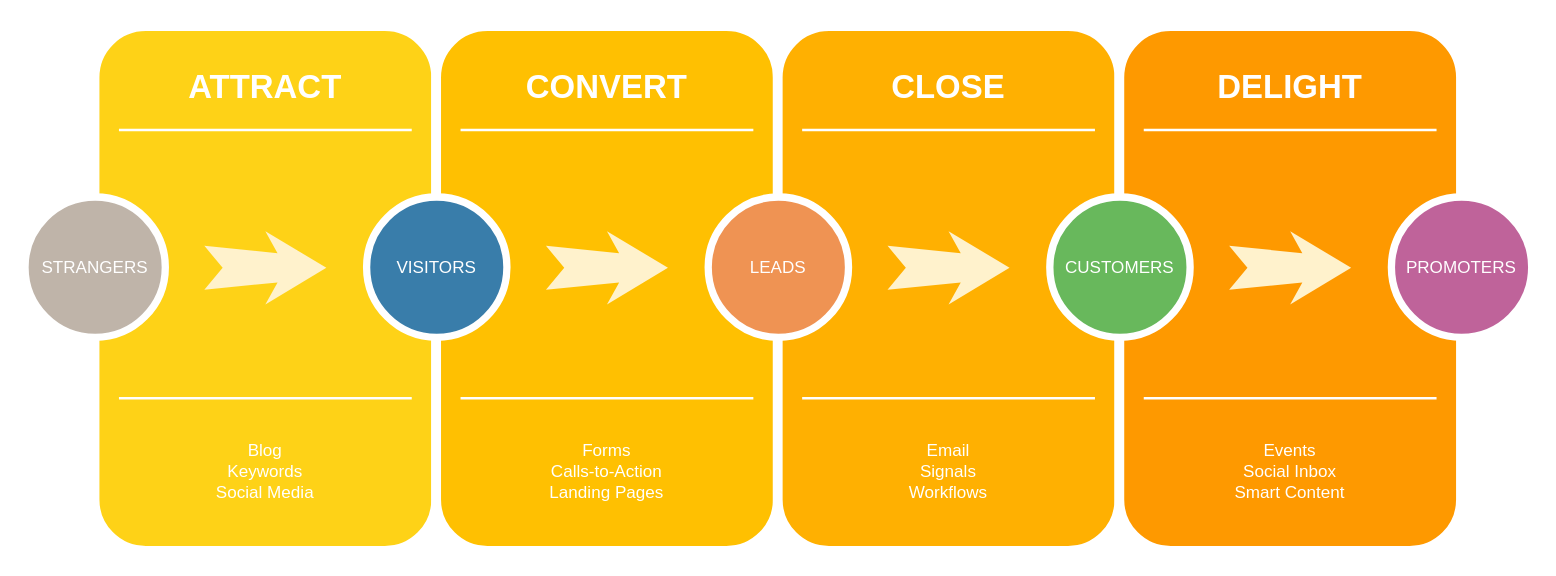
The draw.io diagram page "业务监控" (2 of 4) of 监控平台.drawio in wuyongfeng/wuyongfeng, before the edit. Source tidied: cells renumbered, new cells numbered last; positions are measured from the earlier drawing's top-left corner, leaving out a move shared by most shapes. Both pictures are drawn from the tidied source at 122%, with x=0, y=0 at pixel (24, 26).
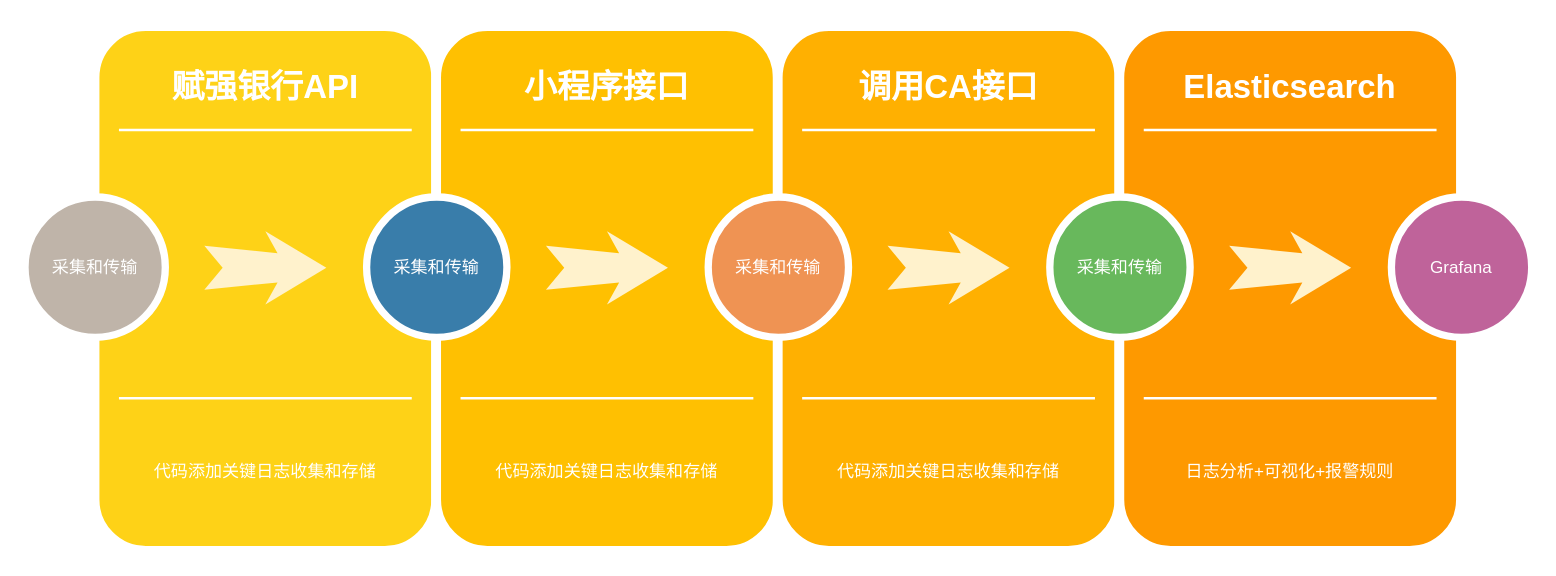
Above is the later version.

The edit, as a diff of the source:
```diff
@@
-    <mxCell id="3" value="ATTRACT" style="text;html=1;strokeColor=none;fillColor=none;align=center;verticalAlign=middle;whiteSpace=wrap;rounded=0;shadow=0;fontSize=27;fontColor=#FFFFFF;fontStyle=1;" parent="1" vertex="1">
+    <mxCell id="3" value="赋强银行API" style="text;html=1;strokeColor=none;fillColor=none;align=center;verticalAlign=middle;whiteSpace=wrap;rounded=0;shadow=0;fontSize=27;fontColor=#FFFFFF;fontStyle=1;" parent="1" vertex="1">
       <mxGeometry x="57" y="20" width="280" height="60" as="geometry" />
     </mxCell>
-    <mxCell id="4" value="Blog&lt;div&gt;Keywords&lt;/div&gt;&lt;div&gt;Social Media&lt;/div&gt;" style="text;html=1;strokeColor=none;fillColor=none;align=center;verticalAlign=middle;whiteSpace=wrap;rounded=0;shadow=0;fontSize=14;fontColor=#FFFFFF;" parent="1" vertex="1">
+    <mxCell id="4" value="&lt;div&gt;代码添加关键日志收集和存储&lt;/div&gt;" style="text;html=1;strokeColor=none;fillColor=none;align=center;verticalAlign=middle;whiteSpace=wrap;rounded=0;shadow=0;fontSize=14;fontColor=#FFFFFF;" parent="1" vertex="1">
       <mxGeometry x="57" y="320" width="280" height="90" as="geometry" />
     </mxCell>
@@
-    <mxCell id="7" value="STRANGERS" style="ellipse;whiteSpace=wrap;html=1;rounded=0;shadow=0;strokeWidth=6;fontSize=14;align=center;fillColor=#BFB4A9;strokeColor=#FFFFFF;fontColor=#FFFFFF;" parent="1" vertex="1">
+    <mxCell id="7" value="采集和传输" style="ellipse;whiteSpace=wrap;html=1;rounded=0;shadow=0;strokeWidth=6;fontSize=14;align=center;fillColor=#BFB4A9;strokeColor=#FFFFFF;fontColor=#FFFFFF;" parent="1" vertex="1">
       <mxGeometry y="140" width="115" height="115" as="geometry" />
     </mxCell>
@@
-    <mxCell id="10" value="CONVERT" style="text;html=1;strokeColor=none;fillColor=none;align=center;verticalAlign=middle;whiteSpace=wrap;rounded=0;shadow=0;fontSize=27;fontColor=#FFFFFF;fontStyle=1;" parent="1" vertex="1">
+    <mxCell id="10" value="小程序接口" style="text;html=1;strokeColor=none;fillColor=none;align=center;verticalAlign=middle;whiteSpace=wrap;rounded=0;shadow=0;fontSize=27;fontColor=#FFFFFF;fontStyle=1;" parent="1" vertex="1">
       <mxGeometry x="337" y="20" width="280" height="60" as="geometry" />
     </mxCell>
-    <mxCell id="11" value="Forms&lt;div&gt;Calls-to-Action&lt;/div&gt;&lt;div&gt;Landing Pages&lt;/div&gt;" style="text;html=1;strokeColor=none;fillColor=none;align=center;verticalAlign=middle;whiteSpace=wrap;rounded=0;shadow=0;fontSize=14;fontColor=#FFFFFF;" parent="1" vertex="1">
+    <mxCell id="11" value="代码添加关键日志收集和存储" style="text;html=1;strokeColor=none;fillColor=none;align=center;verticalAlign=middle;whiteSpace=wrap;rounded=0;shadow=0;fontSize=14;fontColor=#FFFFFF;" parent="1" vertex="1">
       <mxGeometry x="337" y="320" width="280" height="90" as="geometry" />
     </mxCell>
@@
-    <mxCell id="14" value="VISITORS" style="ellipse;whiteSpace=wrap;html=1;rounded=0;shadow=0;strokeWidth=6;fontSize=14;align=center;fillColor=#397DAA;strokeColor=#FFFFFF;fontColor=#FFFFFF;" parent="1" vertex="1">
+    <mxCell id="14" value="采集和传输" style="ellipse;whiteSpace=wrap;html=1;rounded=0;shadow=0;strokeWidth=6;fontSize=14;align=center;fillColor=#397DAA;strokeColor=#FFFFFF;fontColor=#FFFFFF;" parent="1" vertex="1">
       <mxGeometry x="280" y="140" width="115" height="115" as="geometry" />
     </mxCell>
@@
-    <mxCell id="17" value="CLOSE" style="text;html=1;strokeColor=none;fillColor=none;align=center;verticalAlign=middle;whiteSpace=wrap;rounded=0;shadow=0;fontSize=27;fontColor=#FFFFFF;fontStyle=1;" parent="1" vertex="1">
+    <mxCell id="17" value="调用CA接口" style="text;html=1;strokeColor=none;fillColor=none;align=center;verticalAlign=middle;whiteSpace=wrap;rounded=0;shadow=0;fontSize=27;fontColor=#FFFFFF;fontStyle=1;" parent="1" vertex="1">
       <mxGeometry x="617" y="20" width="280" height="60" as="geometry" />
     </mxCell>
-    <mxCell id="18" value="Email&lt;div&gt;Signals&lt;/div&gt;&lt;div&gt;Workflows&lt;/div&gt;" style="text;html=1;strokeColor=none;fillColor=none;align=center;verticalAlign=middle;whiteSpace=wrap;rounded=0;shadow=0;fontSize=14;fontColor=#FFFFFF;" parent="1" vertex="1">
+    <mxCell id="18" value="代码添加关键日志收集和存储" style="text;html=1;strokeColor=none;fillColor=none;align=center;verticalAlign=middle;whiteSpace=wrap;rounded=0;shadow=0;fontSize=14;fontColor=#FFFFFF;" parent="1" vertex="1">
       <mxGeometry x="617" y="320" width="280" height="90" as="geometry" />
     </mxCell>
@@
-    <mxCell id="21" value="LEADS" style="ellipse;whiteSpace=wrap;html=1;rounded=0;shadow=0;strokeWidth=6;fontSize=14;align=center;fillColor=#EF9353;strokeColor=#FFFFFF;fontColor=#FFFFFF;" parent="1" vertex="1">
+    <mxCell id="21" value="采集和传输" style="ellipse;whiteSpace=wrap;html=1;rounded=0;shadow=0;strokeWidth=6;fontSize=14;align=center;fillColor=#EF9353;strokeColor=#FFFFFF;fontColor=#FFFFFF;" parent="1" vertex="1">
       <mxGeometry x="560" y="140" width="115" height="115" as="geometry" />
     </mxCell>
@@
-    <mxCell id="24" value="DELIGHT" style="text;html=1;strokeColor=none;fillColor=none;align=center;verticalAlign=middle;whiteSpace=wrap;rounded=0;shadow=0;fontSize=27;fontColor=#FFFFFF;fontStyle=1;" parent="1" vertex="1">
+    <mxCell id="24" value="Elasticsearch" style="text;html=1;strokeColor=none;fillColor=none;align=center;verticalAlign=middle;whiteSpace=wrap;rounded=0;shadow=0;fontSize=27;fontColor=#FFFFFF;fontStyle=1;" parent="1" vertex="1">
       <mxGeometry x="897" y="20" width="280" height="60" as="geometry" />
     </mxCell>
-    <mxCell id="25" value="Events&lt;div&gt;Social Inbox&lt;/div&gt;&lt;div&gt;Smart Content&lt;/div&gt;" style="text;html=1;strokeColor=none;fillColor=none;align=center;verticalAlign=middle;whiteSpace=wrap;rounded=0;shadow=0;fontSize=14;fontColor=#FFFFFF;" parent="1" vertex="1">
+    <mxCell id="25" value="日志分析+可视化+报警规则" style="text;html=1;strokeColor=none;fillColor=none;align=center;verticalAlign=middle;whiteSpace=wrap;rounded=0;shadow=0;fontSize=14;fontColor=#FFFFFF;" parent="1" vertex="1">
       <mxGeometry x="897" y="320" width="280" height="90" as="geometry" />
     </mxCell>
@@
-    <mxCell id="28" value="CUSTOMERS" style="ellipse;whiteSpace=wrap;html=1;rounded=0;shadow=0;strokeWidth=6;fontSize=14;align=center;fillColor=#68B85C;strokeColor=#FFFFFF;fontColor=#FFFFFF;" parent="1" vertex="1">
+    <mxCell id="28" value="采集和传输" style="ellipse;whiteSpace=wrap;html=1;rounded=0;shadow=0;strokeWidth=6;fontSize=14;align=center;fillColor=#68B85C;strokeColor=#FFFFFF;fontColor=#FFFFFF;" parent="1" vertex="1">
       <mxGeometry x="840" y="140" width="115" height="115" as="geometry" />
     </mxCell>
@@
-    <mxCell id="30" value="PROMOTERS" style="ellipse;whiteSpace=wrap;html=1;rounded=0;shadow=0;strokeWidth=6;fontSize=14;align=center;fillColor=#BF639A;strokeColor=#FFFFFF;fontColor=#FFFFFF;" parent="1" vertex="1">
+    <mxCell id="30" value="Grafana" style="ellipse;whiteSpace=wrap;html=1;rounded=0;shadow=0;strokeWidth=6;fontSize=14;align=center;fillColor=#BF639A;strokeColor=#FFFFFF;fontColor=#FFFFFF;" parent="1" vertex="1">
       <mxGeometry x="1120" y="140" width="115" height="115" as="geometry" />
     </mxCell>
```
